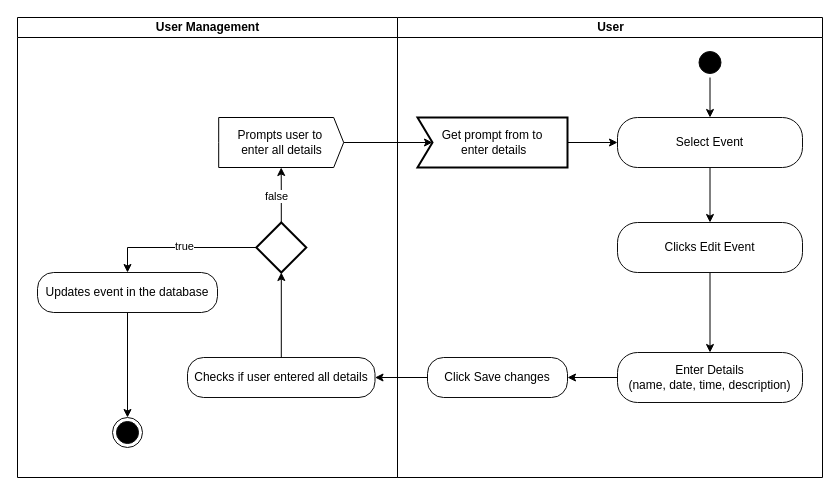
Earlier version of the draw.io diagram edit_event_activity.drawio (SethabaAT/test-use-cases-md). Source tidied: cells renumbered, new cells numbered last; positions are measured from the earlier drawing's top-left corner, leaving out a move shared by most shapes. Both pictures are drawn from the tidied source at 100%, with x=0, y=0 at pixel (17, 17).
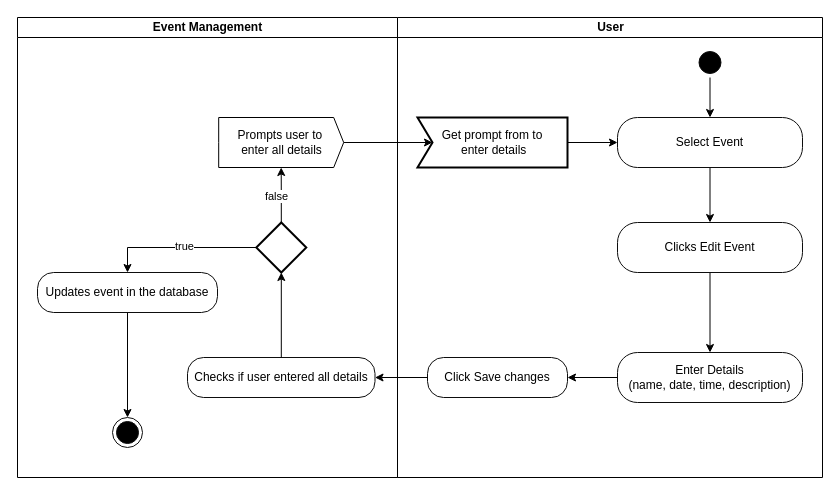
The same page after the edit.

What changed in the source:
```diff
@@
-    <mxCell id="14" value="User Management" style="swimlane;startSize=20;html=1;" parent="1" vertex="1">
+    <mxCell id="14" value="Event Management" style="swimlane;startSize=20;html=1;" parent="1" vertex="1">
       <mxGeometry width="380" height="460" as="geometry" />
     </mxCell>
```
